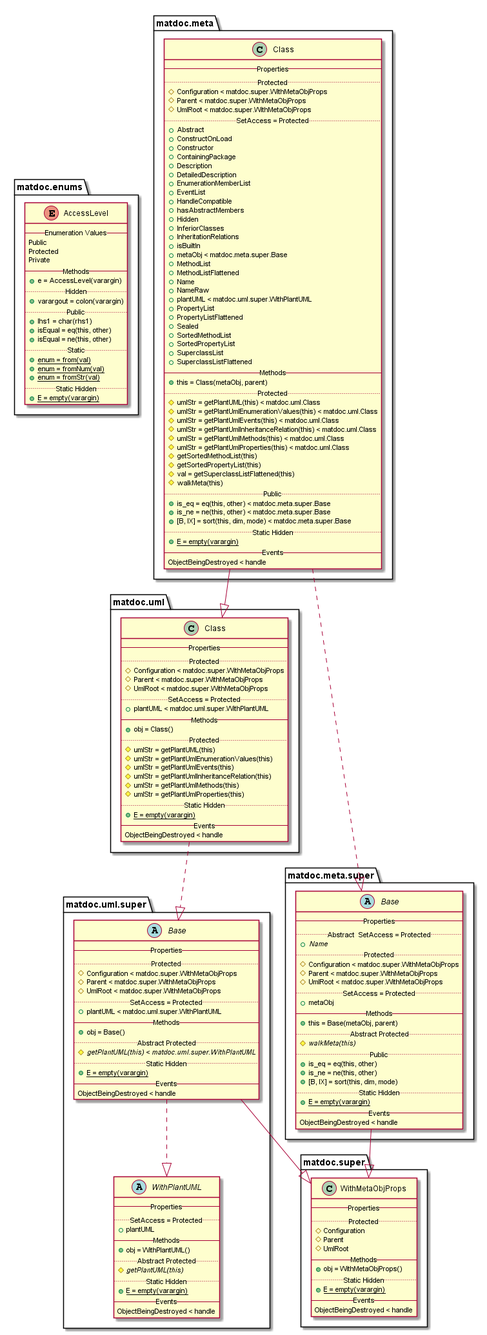
The PlantUML diagram doc/uml-examples/export-class-IgnoreBuiltInClass-true.png in flxdot/matdoc, before a commit.
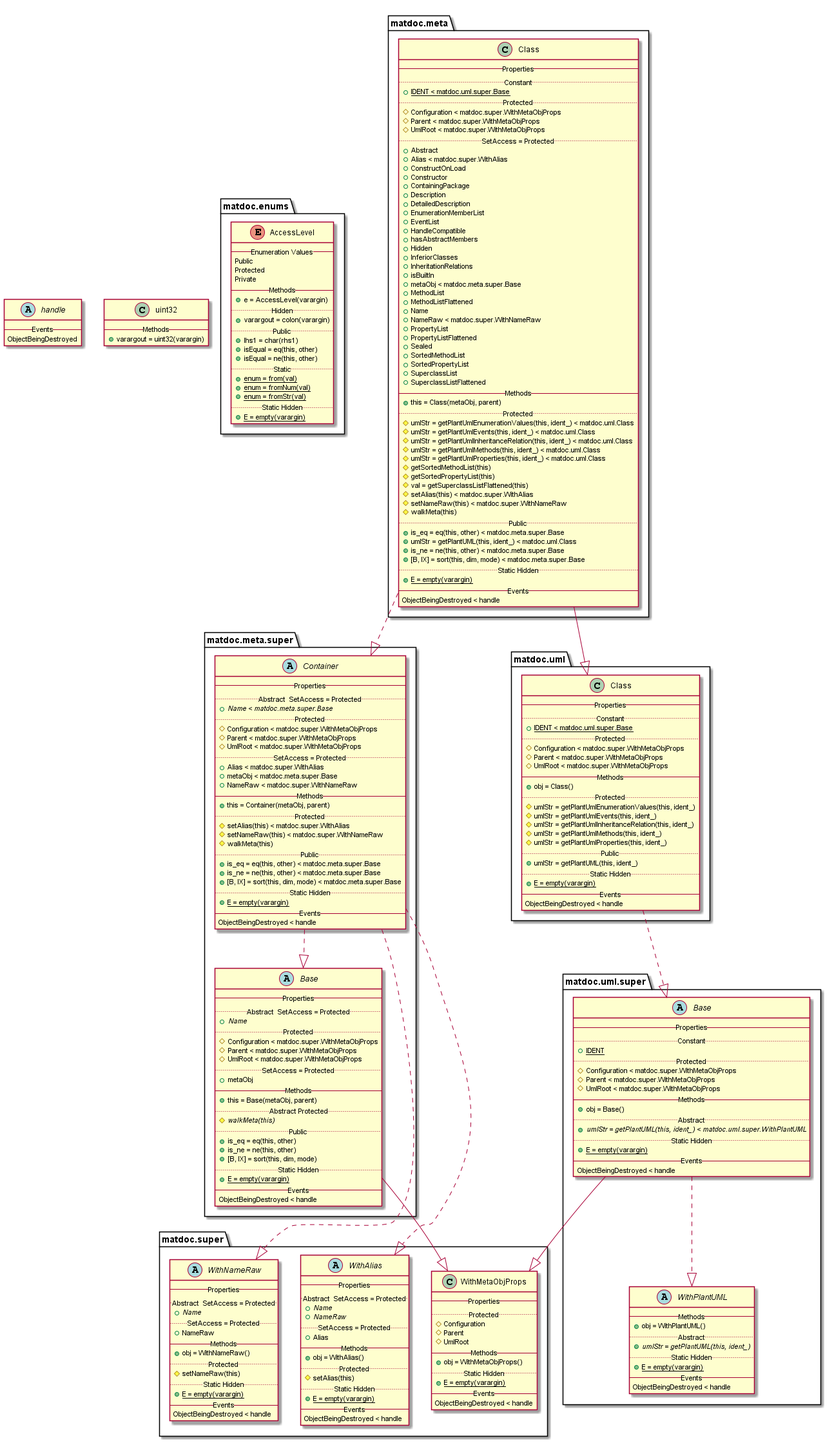
The same file after the commit.

Diff of the diagram source:
```diff
@@ -1,4 +1,10 @@
 @startuml
+
+abstract class handle {
+   -- Events --
+   ObjectBeingDestroyed
+}
+
 
 enum matdoc.enums.AccessLevel {
    -- Enumeration Values --
@@ -14,22 +20,25 @@
    {method} + isEqual = eq(this, other)
    {method} + isEqual = ne(this, other)
    .. Static ..
-   {method}{static} + enum = from(val)
-   {method}{static} + enum = fromNum(val)
-   {method}{static} + enum = fromStr(val)
+   {method} {static} + enum = from(val)
+   {method} {static} + enum = fromNum(val)
+   {method} {static} + enum = fromStr(val)
    .. Static Hidden ..
-   {method}{static} + E = empty(varargin)
+   {method} {static} + E = empty(varargin)
 }
 
 
 class matdoc.meta.Class {
    -- Properties --
+   .. Constant ..
+   {field} {static} + IDENT < matdoc.uml.super.Base
    .. Protected ..
    {field} # Configuration < matdoc.super.WithMetaObjProps
    {field} # Parent < matdoc.super.WithMetaObjProps
    {field} # UmlRoot < matdoc.super.WithMetaObjProps
    .. SetAccess = Protected ..
    {field} + Abstract
+   {field} + Alias < matdoc.super.WithAlias
    {field} + ConstructOnLoad
    {field} + Constructor
    {field} + ContainingPackage
@@ -47,8 +56,7 @@
    {field} + MethodList
    {field} + MethodListFlattened
    {field} + Name
-   {field} + NameRaw
-   {field} + plantUML < matdoc.uml.super.WithPlantUML
+   {field} + NameRaw < matdoc.super.WithNameRaw
    {field} + PropertyList
    {field} + PropertyListFlattened
    {field} + Sealed
@@ -59,33 +67,35 @@
    -- Methods --
    {method} + this = Class(metaObj, parent)
    .. Protected ..
-   {method} # umlStr = getPlantUML(this) < matdoc.uml.Class
-   {method} # umlStr = getPlantUmlEnumerationValues(this) < matdoc.uml.Class
-   {method} # umlStr = getPlantUmlEvents(this) < matdoc.uml.Class
-   {method} # umlStr = getPlantUmlInheritanceRelation(this) < matdoc.uml.Class
-   {method} # umlStr = getPlantUmlMethods(this) < matdoc.uml.Class
-   {method} # umlStr = getPlantUmlProperties(this) < matdoc.uml.Class
+   {method} # umlStr = getPlantUmlEnumerationValues(this, ident_) < matdoc.uml.Class
+   {method} # umlStr = getPlantUmlEvents(this, ident_) < matdoc.uml.Class
+   {method} # umlStr = getPlantUmlInheritanceRelation(this, ident_) < matdoc.uml.Class
+   {method} # umlStr = getPlantUmlMethods(this, ident_) < matdoc.uml.Class
+   {method} # umlStr = getPlantUmlProperties(this, ident_) < matdoc.uml.Class
    {method} # getSortedMethodList(this)
    {method} # getSortedPropertyList(this)
    {method} # val = getSuperclassListFlattened(this)
+   {method} # setAlias(this) < matdoc.super.WithAlias
+   {method} # setNameRaw(this) < matdoc.super.WithNameRaw
    {method} # walkMeta(this)
    .. Public ..
    {method} + is_eq = eq(this, other) < matdoc.meta.super.Base
+   {method} + umlStr = getPlantUML(this, ident_) < matdoc.uml.Class
    {method} + is_ne = ne(this, other) < matdoc.meta.super.Base
    {method} + [B, IX] = sort(this, dim, mode) < matdoc.meta.super.Base
    .. Static Hidden ..
-   {method}{static} + E = empty(varargin)
+   {method} {static} + E = empty(varargin)
    -- Events --
    ObjectBeingDestroyed < handle
 }
 
-matdoc.meta.Class ..|> matdoc.meta.super.Base
+matdoc.meta.Class ..|> matdoc.meta.super.Container
 matdoc.meta.Class --|> matdoc.uml.Class
 
 abstract class matdoc.meta.super.Base {
    -- Properties --
    .. Abstract  SetAccess = Protected ..
-   {field}{abstract} + Name
+   {field} {abstract} + Name
    .. Protected ..
    {field} # Configuration < matdoc.super.WithMetaObjProps
    {field} # Parent < matdoc.super.WithMetaObjProps
@@ -95,18 +105,68 @@
    -- Methods --
    {method} + this = Base(metaObj, parent)
    .. Abstract Protected ..
-   {method}{abstract} # walkMeta(this)
+   {method} {abstract} # walkMeta(this)
    .. Public ..
    {method} + is_eq = eq(this, other)
    {method} + is_ne = ne(this, other)
    {method} + [B, IX] = sort(this, dim, mode)
    .. Static Hidden ..
-   {method}{static} + E = empty(varargin)
+   {method} {static} + E = empty(varargin)
    -- Events --
    ObjectBeingDestroyed < handle
 }
 
 matdoc.meta.super.Base --|> matdoc.super.WithMetaObjProps
+
+abstract class matdoc.meta.super.Container {
+   -- Properties --
+   .. Abstract  SetAccess = Protected ..
+   {field} {abstract} + Name < matdoc.meta.super.Base
+   .. Protected ..
+   {field} # Configuration < matdoc.super.WithMetaObjProps
+   {field} # Parent < matdoc.super.WithMetaObjProps
+   {field} # UmlRoot < matdoc.super.WithMetaObjProps
+   .. SetAccess = Protected ..
+   {field} + Alias < matdoc.super.WithAlias
+   {field} + metaObj < matdoc.meta.super.Base
+   {field} + NameRaw < matdoc.super.WithNameRaw
+   -- Methods --
+   {method} + this = Container(metaObj, parent)
+   .. Protected ..
+   {method} # setAlias(this) < matdoc.super.WithAlias
+   {method} # setNameRaw(this) < matdoc.super.WithNameRaw
+   {method} # walkMeta(this)
+   .. Public ..
+   {method} + is_eq = eq(this, other) < matdoc.meta.super.Base
+   {method} + is_ne = ne(this, other) < matdoc.meta.super.Base
+   {method} + [B, IX] = sort(this, dim, mode) < matdoc.meta.super.Base
+   .. Static Hidden ..
+   {method} {static} + E = empty(varargin)
+   -- Events --
+   ObjectBeingDestroyed < handle
+}
+
+matdoc.meta.super.Container ..|> matdoc.meta.super.Base
+matdoc.meta.super.Container ..|> matdoc.super.WithNameRaw
+matdoc.meta.super.Container ..|> matdoc.super.WithAlias
+
+abstract class matdoc.super.WithAlias {
+   -- Properties --
+   .. Abstract  SetAccess = Protected ..
+   {field} {abstract} + Name
+   {field} {abstract} + NameRaw
+   .. SetAccess = Protected ..
+   {field} + Alias
+   -- Methods --
+   {method} + obj = WithAlias()
+   .. Protected ..
+   {method} # setAlias(this)
+   .. Static Hidden ..
+   {method} {static} + E = empty(varargin)
+   -- Events --
+   ObjectBeingDestroyed < handle
+}
+
 
 class matdoc.super.WithMetaObjProps {
    -- Properties --
@@ -117,7 +177,24 @@
    -- Methods --
    {method} + obj = WithMetaObjProps()
    .. Static Hidden ..
-   {method}{static} + E = empty(varargin)
+   {method} {static} + E = empty(varargin)
+   -- Events --
+   ObjectBeingDestroyed < handle
+}
+
+
+abstract class matdoc.super.WithNameRaw {
+   -- Properties --
+   .. Abstract  SetAccess = Protected ..
+   {field} {abstract} + Name
+   .. SetAccess = Protected ..
+   {field} + NameRaw
+   -- Methods --
+   {method} + obj = WithNameRaw()
+   .. Protected ..
+   {method} # setNameRaw(this)
+   .. Static Hidden ..
+   {method} {static} + E = empty(varargin)
    -- Events --
    ObjectBeingDestroyed < handle
 }
@@ -125,23 +202,24 @@
 
 class matdoc.uml.Class {
    -- Properties --
+   .. Constant ..
+   {field} {static} + IDENT < matdoc.uml.super.Base
    .. Protected ..
    {field} # Configuration < matdoc.super.WithMetaObjProps
    {field} # Parent < matdoc.super.WithMetaObjProps
    {field} # UmlRoot < matdoc.super.WithMetaObjProps
-   .. SetAccess = Protected ..
-   {field} + plantUML < matdoc.uml.super.WithPlantUML
    -- Methods --
    {method} + obj = Class()
    .. Protected ..
-   {method} # umlStr = getPlantUML(this)
-   {method} # umlStr = getPlantUmlEnumerationValues(this)
-   {method} # umlStr = getPlantUmlEvents(this)
-   {method} # umlStr = getPlantUmlInheritanceRelation(this)
-   {method} # umlStr = getPlantUmlMethods(this)
-   {method} # umlStr = getPlantUmlProperties(this)
+   {method} # umlStr = getPlantUmlEnumerationValues(this, ident_)
+   {method} # umlStr = getPlantUmlEvents(this, ident_)
+   {method} # umlStr = getPlantUmlInheritanceRelation(this, ident_)
+   {method} # umlStr = getPlantUmlMethods(this, ident_)
+   {method} # umlStr = getPlantUmlProperties(this, ident_)
+   .. Public ..
+   {method} + umlStr = getPlantUML(this, ident_)
    .. Static Hidden ..
-   {method}{static} + E = empty(varargin)
+   {method} {static} + E = empty(varargin)
    -- Events --
    ObjectBeingDestroyed < handle
 }
@@ -150,18 +228,18 @@
 
 abstract class matdoc.uml.super.Base {
    -- Properties --
+   .. Constant ..
+   {field} {static} + IDENT
    .. Protected ..
    {field} # Configuration < matdoc.super.WithMetaObjProps
    {field} # Parent < matdoc.super.WithMetaObjProps
    {field} # UmlRoot < matdoc.super.WithMetaObjProps
-   .. SetAccess = Protected ..
-   {field} + plantUML < matdoc.uml.super.WithPlantUML
    -- Methods --
    {method} + obj = Base()
-   .. Abstract Protected ..
-   {method}{abstract} # getPlantUML(this) < matdoc.uml.super.WithPlantUML
+   .. Abstract ..
+   {method} {abstract} + umlStr = getPlantUML(this, ident_) < matdoc.uml.super.WithPlantUML
    .. Static Hidden ..
-   {method}{static} + E = empty(varargin)
+   {method} {static} + E = empty(varargin)
    -- Events --
    ObjectBeingDestroyed < handle
 }
@@ -170,18 +248,21 @@
 matdoc.uml.super.Base ..|> matdoc.uml.super.WithPlantUML
 
 abstract class matdoc.uml.super.WithPlantUML {
-   -- Properties --
-   .. SetAccess = Protected ..
-   {field} + plantUML
    -- Methods --
    {method} + obj = WithPlantUML()
-   .. Abstract Protected ..
-   {method}{abstract} # getPlantUML(this)
+   .. Abstract ..
+   {method} {abstract} + umlStr = getPlantUML(this, ident_)
    .. Static Hidden ..
-   {method}{static} + E = empty(varargin)
+   {method} {static} + E = empty(varargin)
    -- Events --
    ObjectBeingDestroyed < handle
 }
 
 
+class uint32 {
+   -- Methods --
+   {method} + varargout = uint32(varargin)
+}
+
+
 @enduml
```
